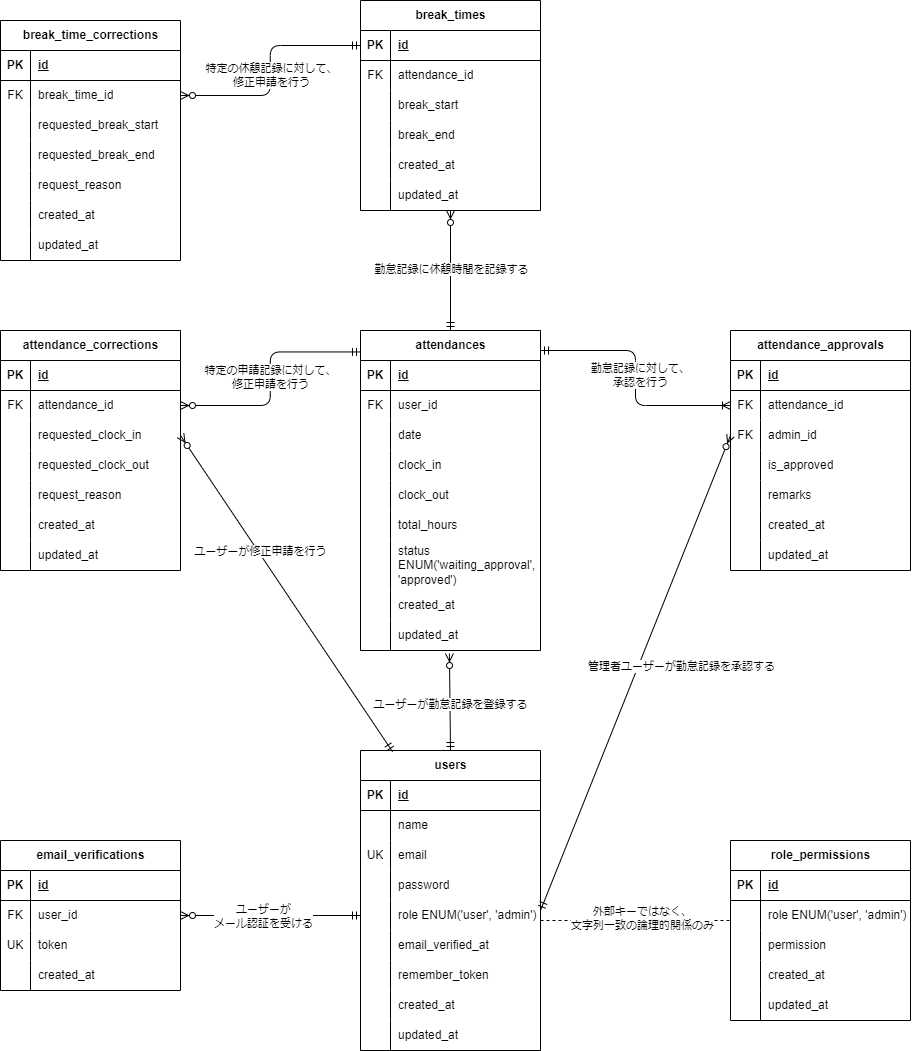
Above: ER.drawio.png in shimodum/mockcase-attendance (draw.io), before the change. Source tidied: cells renumbered, new cells last; positions are measured from the earlier drawing's top-left corner, leaving out a move shared by most shapes.
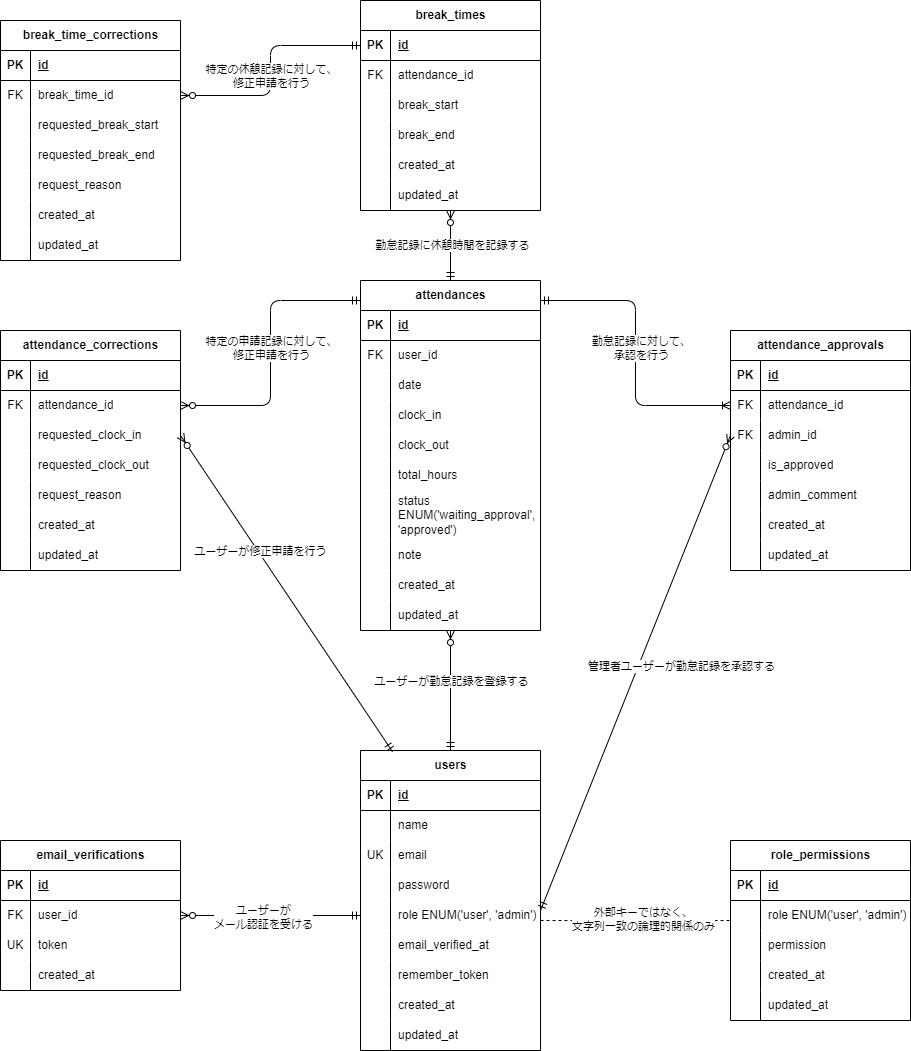
The same diagram one commit later.

Commit message:
マイグレーションファイル修正、ER図修正

Diff of the diagram source:
```diff
@@ -258,7 +258,7 @@
       <mxGeometry x="30" width="150" height="30" as="geometry" />
     </mxCell>
     <mxCell id="87" value="attendances" style="shape=table;startSize=30;rowLines=0;fontStyle=1;align=center;html=1;" parent="1" vertex="1">
-      <mxGeometry x="360" y="330" width="180" height="320" as="geometry" />
+      <mxGeometry x="360" y="280" width="180" height="350" as="geometry" />
     </mxCell>
     <mxCell id="88" style="shape=tableRow;horizontal=0;startSize=0;swimlaneHead=0;swimlaneBody=0;fillColor=none;top=0;left=0;right=0;bottom=1;" parent="87" vertex="1">
       <mxGeometry y="30" width="180" height="30" as="geometry" />
@@ -329,7 +329,7 @@
     <mxCell id="110" style="shape=partialRectangle;fillColor=none;top=0;left=0;bottom=0;right=0;overflow=hidden;whiteSpace=wrap;html=1;" parent="109" vertex="1">
       <mxGeometry width="30" height="30" as="geometry" />
     </mxCell>
-    <mxCell id="111" value="created_at" style="shape=partialRectangle;fillColor=none;top=0;left=0;bottom=0;right=0;align=left;spacingLeft=6;overflow=hidden;whiteSpace=wrap;html=1;" parent="109" vertex="1">
+    <mxCell id="111" value="note" style="shape=partialRectangle;fillColor=none;top=0;left=0;bottom=0;right=0;align=left;spacingLeft=6;overflow=hidden;whiteSpace=wrap;html=1;" parent="109" vertex="1">
       <mxGeometry x="30" width="150" height="30" as="geometry" />
     </mxCell>
     <mxCell id="112" style="shape=tableRow;horizontal=0;startSize=0;swimlaneHead=0;swimlaneBody=0;fillColor=none;points=[[0,0.5],[1,0.5]];portConstraint=eastwest;top=0;left=0;right=0;bottom=0;" parent="87" vertex="1">
@@ -338,9 +338,18 @@
     <mxCell id="113" style="shape=partialRectangle;fillColor=none;top=0;left=0;bottom=0;right=0;overflow=hidden;whiteSpace=wrap;html=1;" parent="112" vertex="1">
       <mxGeometry width="30" height="30" as="geometry" />
     </mxCell>
-    <mxCell id="114" value="updated_at" style="shape=partialRectangle;fillColor=none;top=0;left=0;bottom=0;right=0;align=left;spacingLeft=6;overflow=hidden;whiteSpace=wrap;html=1;" parent="112" vertex="1">
+    <mxCell id="114" value="&lt;span style=&quot;color: rgb(0, 0, 0);&quot;&gt;created_at&lt;/span&gt;" style="shape=partialRectangle;fillColor=none;top=0;left=0;bottom=0;right=0;align=left;spacingLeft=6;overflow=hidden;whiteSpace=wrap;html=1;" parent="112" vertex="1">
       <mxGeometry x="30" width="150" height="30" as="geometry" />
     </mxCell>
+    <mxCell id="191" style="shape=tableRow;horizontal=0;startSize=0;swimlaneHead=0;swimlaneBody=0;fillColor=none;points=[[0,0.5],[1,0.5]];portConstraint=eastwest;top=0;left=0;right=0;bottom=0;" parent="87" vertex="1">
+      <mxGeometry y="320" width="180" height="30" as="geometry" />
+    </mxCell>
+    <mxCell id="192" style="shape=partialRectangle;fillColor=none;top=0;left=0;bottom=0;right=0;overflow=hidden;whiteSpace=wrap;html=1;" parent="191" vertex="1">
+      <mxGeometry width="30" height="30" as="geometry" />
+    </mxCell>
+    <mxCell id="193" value="&lt;span style=&quot;color: rgb(0, 0, 0);&quot;&gt;updated_at&lt;/span&gt;" style="shape=partialRectangle;fillColor=none;top=0;left=0;bottom=0;right=0;align=left;spacingLeft=6;overflow=hidden;whiteSpace=wrap;html=1;" parent="191" vertex="1">
+      <mxGeometry x="30" width="150" height="30" as="geometry" />
+    </mxCell>
     <mxCell id="115" value="attendance_approvals" style="shape=table;startSize=30;rowLines=0;fontStyle=1;align=center;html=1;" parent="1" vertex="1">
       <mxGeometry x="730" y="330" width="180" height="240" as="geometry" />
     </mxCell>
@@ -386,7 +395,7 @@
     <mxCell id="129" style="shape=partialRectangle;fillColor=none;top=0;left=0;bottom=0;right=0;overflow=hidden;whiteSpace=wrap;html=1;" parent="128" vertex="1">
       <mxGeometry width="30" height="30" as="geometry" />
     </mxCell>
-    <mxCell id="130" value="remarks" style="shape=partialRectangle;fillColor=none;top=0;left=0;bottom=0;right=0;align=left;spacingLeft=6;overflow=hidden;whiteSpace=wrap;html=1;" parent="128" vertex="1">
+    <mxCell id="130" value="admin_comment" style="shape=partialRectangle;fillColor=none;top=0;left=0;bottom=0;right=0;align=left;spacingLeft=6;overflow=hidden;whiteSpace=wrap;html=1;" parent="128" vertex="1">
       <mxGeometry x="30" width="150" height="30" as="geometry" />
     </mxCell>
     <mxCell id="131" style="shape=tableRow;horizontal=0;startSize=0;swimlaneHead=0;swimlaneBody=0;fillColor=none;top=0;left=0;right=0;bottom=0;" parent="115" vertex="1">
@@ -446,11 +455,13 @@
     <mxCell id="149" value="created_at" style="shape=partialRectangle;fillColor=none;top=0;left=0;bottom=0;right=0;align=left;spacingLeft=6;overflow=hidden;whiteSpace=wrap;html=1;" parent="147" vertex="1">
       <mxGeometry x="30" width="150" height="30" as="geometry" />
     </mxCell>
-    <mxCell id="150" style="fontSize=12;html=1;endArrow=ERzeroToMany;startArrow=ERmandOne;exitX=0.5;exitY=0;exitDx=0;exitDy=0;entryX=0.494;entryY=1.1;entryDx=0;entryDy=0;entryPerimeter=0;" parent="1" edge="1" source="43" target="112">
+    <mxCell id="150" style="fontSize=12;html=1;endArrow=ERzeroToMany;startArrow=ERmandOne;exitX=0.5;exitY=0;exitDx=0;exitDy=0;entryX=0.5;entryY=1;entryDx=0;entryDy=0;entryPerimeter=0;" parent="1" edge="1" source="43" target="191">
       <mxGeometry relative="1" as="geometry" />
     </mxCell>
     <mxCell id="151" value="ユーザーが勤怠記録を登録する" style="edgeLabel;html=1;align=center;verticalAlign=middle;" parent="150" vertex="1">
-      <mxGeometry x="-0.05" relative="1" as="geometry" />
+      <mxGeometry x="-0.05" relative="1" as="geometry">
+        <mxPoint y="-13" as="offset" />
+      </mxGeometry>
     </mxCell>
     <mxCell id="152" style="fontSize=12;html=1;endArrow=ERzeroToMany;startArrow=ERmandOne;entryX=1;entryY=0.5;entryDx=0;entryDy=0;exitX=0.178;exitY=0.004;exitDx=0;exitDy=0;exitPerimeter=0;" parent="1" edge="1" source="43" target="28">
       <mxGeometry relative="1" as="geometry" />
@@ -484,8 +495,10 @@
     <mxCell id="159" value="勤怠記録に休憩時間を記録する" style="edgeLabel;html=1;align=center;verticalAlign=middle;" parent="158" vertex="1">
       <mxGeometry x="0.03" y="-1" relative="1" as="geometry" />
     </mxCell>
-    <mxCell id="160" style="fontSize=12;html=1;endArrow=ERzeroToMany;startArrow=ERmandOne;edgeStyle=elbowEdgeStyle;exitX=0;exitY=0.067;exitDx=0;exitDy=0;exitPerimeter=0;entryX=1;entryY=0.5;entryDx=0;entryDy=0;" parent="1" edge="1" source="87" target="25">
-      <mxGeometry relative="1" as="geometry" />
+    <mxCell id="160" style="fontSize=12;html=1;endArrow=ERzeroToMany;startArrow=ERmandOne;edgeStyle=elbowEdgeStyle;entryX=1;entryY=0.5;entryDx=0;entryDy=0;" parent="1" edge="1" target="25">
+      <mxGeometry relative="1" as="geometry">
+        <mxPoint x="360" y="300" as="sourcePoint" />
+      </mxGeometry>
     </mxCell>
     <mxCell id="161" value="特定の申請記録に対して、&lt;div&gt;修正申請を行う&lt;/div&gt;" style="edgeLabel;html=1;align=center;verticalAlign=middle;fillColor=#FF3333;" parent="160" vertex="1">
       <mxGeometry x="-0.14" relative="1" as="geometry">
@@ -494,7 +507,7 @@
     </mxCell>
     <mxCell id="162" style="edgeStyle=elbowEdgeStyle;fontSize=12;html=1;endArrow=ERoneToMany;startArrow=ERmandOne;entryX=0;entryY=0.5;entryDx=0;entryDy=0;" parent="1" edge="1" target="119">
       <mxGeometry relative="1" as="geometry">
-        <mxPoint x="540" y="350" as="sourcePoint" />
+        <mxPoint x="540" y="300" as="sourcePoint" />
       </mxGeometry>
     </mxCell>
     <mxCell id="163" value="勤怠記録に対して、&lt;div&gt;承認を行う&lt;/div&gt;" style="edgeLabel;html=1;align=center;verticalAlign=middle;" parent="162" vertex="1">
```
